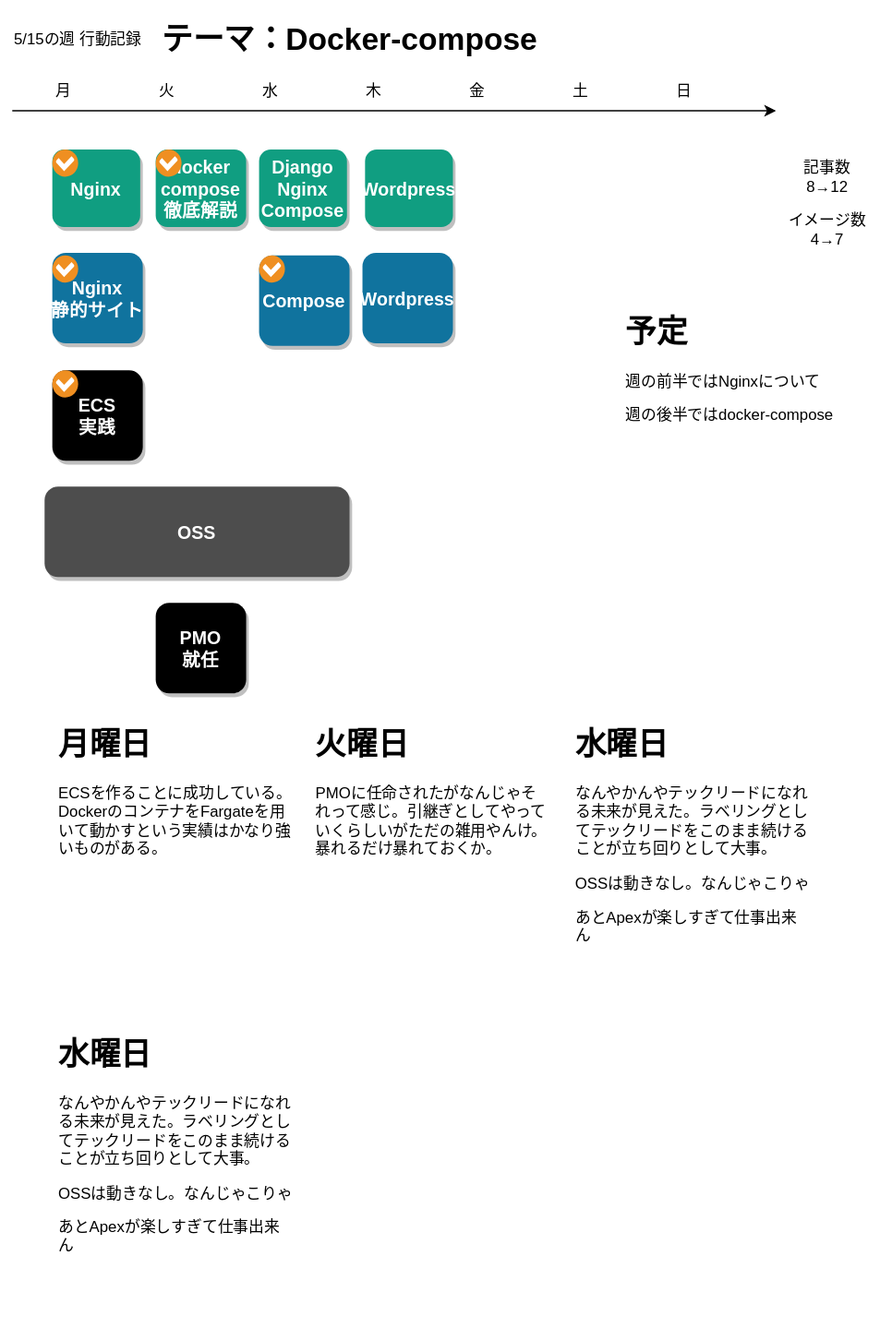
Before: 人生設計-20230515.drawio.svg, a diagram exported from draw.io (minegishirei/draw_v1). Source tidied: cells renumbered, new cells last; positions are measured from the earlier drawing's top-left corner, leaving out a move shared by most shapes. Its diagram source:
```xml
<mxGraphModel>
  <root>
    <mxCell id="0" />
    <mxCell id="1" parent="0" />
    <mxCell id="2" value="Nginx" style="rounded=1;fillColor=#109e81;strokeColor=none;shadow=1;gradientColor=none;fontStyle=1;fontColor=#FFFFFF;fontSize=14;" parent="1" vertex="1">
      <mxGeometry x="40" y="105" width="68" height="60" as="geometry" />
    </mxCell>
    <mxCell id="3" value="火" style="text;html=1;strokeColor=none;fillColor=none;align=center;verticalAlign=middle;whiteSpace=wrap;rounded=0;" parent="1" vertex="1">
      <mxGeometry x="99" y="45" width="60" height="30" as="geometry" />
    </mxCell>
    <mxCell id="4" value="水" style="text;html=1;strokeColor=none;fillColor=none;align=center;verticalAlign=middle;whiteSpace=wrap;rounded=0;" parent="1" vertex="1">
      <mxGeometry x="179" y="45" width="60" height="30" as="geometry" />
    </mxCell>
    <mxCell id="5" value="木" style="text;html=1;strokeColor=none;fillColor=none;align=center;verticalAlign=middle;whiteSpace=wrap;rounded=0;" parent="1" vertex="1">
      <mxGeometry x="259" y="45" width="60" height="30" as="geometry" />
    </mxCell>
    <mxCell id="6" value="金" style="text;html=1;strokeColor=none;fillColor=none;align=center;verticalAlign=middle;whiteSpace=wrap;rounded=0;" parent="1" vertex="1">
      <mxGeometry x="339" y="45" width="60" height="30" as="geometry" />
    </mxCell>
    <mxCell id="7" value="土" style="text;html=1;strokeColor=none;fillColor=none;align=center;verticalAlign=middle;whiteSpace=wrap;rounded=0;" parent="1" vertex="1">
      <mxGeometry x="419" y="45" width="60" height="30" as="geometry" />
    </mxCell>
    <mxCell id="8" value="日" style="text;html=1;strokeColor=none;fillColor=none;align=center;verticalAlign=middle;whiteSpace=wrap;rounded=0;" parent="1" vertex="1">
      <mxGeometry x="499" y="45" width="60" height="30" as="geometry" />
    </mxCell>
    <mxCell id="9" value="月" style="text;html=1;strokeColor=none;fillColor=none;align=center;verticalAlign=middle;whiteSpace=wrap;rounded=0;" parent="1" vertex="1">
      <mxGeometry x="19" y="45" width="60" height="30" as="geometry" />
    </mxCell>
    <mxCell id="10" style="endArrow=classic;html=1;rounded=0;" parent="1" edge="1">
      <mxGeometry relative="1" as="geometry">
        <mxPoint x="9" y="75" as="sourcePoint" />
        <mxPoint x="600" y="75" as="targetPoint" />
      </mxGeometry>
    </mxCell>
    <mxCell id="11" value="docker&#10;compose&#10;徹底解説" style="rounded=1;fillColor=#109e81;strokeColor=none;shadow=1;gradientColor=none;fontStyle=1;fontColor=#FFFFFF;fontSize=14;" parent="1" vertex="1">
      <mxGeometry x="120" y="105" width="70" height="60" as="geometry" />
    </mxCell>
    <mxCell id="12" value="Nginx&#10;静的サイト" style="rounded=1;fillColor=#10739E;strokeColor=none;shadow=1;gradientColor=none;fontStyle=1;fontColor=#FFFFFF;fontSize=14;" parent="1" vertex="1">
      <mxGeometry x="40" y="185" width="70" height="70" as="geometry" />
    </mxCell>
    <mxCell id="13" value="Django&#10;Nginx&#10;Compose" style="rounded=1;fillColor=#109e81;strokeColor=none;shadow=1;gradientColor=none;fontStyle=1;fontColor=#FFFFFF;fontSize=14;" parent="1" vertex="1">
      <mxGeometry x="200" y="105" width="68" height="60" as="geometry" />
    </mxCell>
    <mxCell id="14" value="ECS&#10;実践" style="rounded=1;fillColor=#000000;strokeColor=none;shadow=1;gradientColor=none;fontStyle=1;fontColor=#FFFFFF;fontSize=14;" parent="1" vertex="1">
      <mxGeometry x="40" y="276" width="70" height="70" as="geometry" />
    </mxCell>
    <mxCell id="15" value="5/15の週 行動記録" style="text;html=1;strokeColor=none;fillColor=none;align=center;verticalAlign=middle;whiteSpace=wrap;rounded=0;" parent="1" vertex="1">
      <mxGeometry y="5" width="120" height="30" as="geometry" />
    </mxCell>
    <mxCell id="16" value="&lt;h1&gt;予定&lt;/h1&gt;&lt;p&gt;週の前半ではNginxについて&lt;/p&gt;&lt;p&gt;週の後半ではdocker-compose&lt;/p&gt;" style="text;html=1;strokeColor=none;fillColor=none;spacing=5;spacingTop=-20;whiteSpace=wrap;overflow=hidden;rounded=0;" parent="1" vertex="1">
      <mxGeometry x="479" y="226.5" width="190" height="120" as="geometry" />
    </mxCell>
    <mxCell id="17" value="&lt;h1&gt;テーマ：Docker-compose&lt;/h1&gt;" style="text;html=1;strokeColor=none;fillColor=none;spacing=5;spacingTop=-20;whiteSpace=wrap;overflow=hidden;rounded=0;" parent="1" vertex="1">
      <mxGeometry x="120" width="480" height="40" as="geometry" />
    </mxCell>
    <mxCell id="18" value="Compose" style="rounded=1;fillColor=#10739E;strokeColor=none;shadow=1;gradientColor=none;fontStyle=1;fontColor=#FFFFFF;fontSize=14;" parent="1" vertex="1">
      <mxGeometry x="200" y="187" width="70" height="70" as="geometry" />
    </mxCell>
    <mxCell id="19" value="Wordpress" style="rounded=1;fillColor=#109e81;strokeColor=none;shadow=1;gradientColor=none;fontStyle=1;fontColor=#FFFFFF;fontSize=14;" parent="1" vertex="1">
      <mxGeometry x="282" y="105" width="68" height="60" as="geometry" />
    </mxCell>
    <mxCell id="20" value="Wordpress" style="rounded=1;fillColor=#10739E;strokeColor=none;shadow=1;gradientColor=none;fontStyle=1;fontColor=#FFFFFF;fontSize=14;" parent="1" vertex="1">
      <mxGeometry x="280" y="185" width="70" height="70" as="geometry" />
    </mxCell>
    <mxCell id="21" value="記事数&lt;br&gt;8→12" style="text;html=1;strokeColor=none;fillColor=none;align=center;verticalAlign=middle;whiteSpace=wrap;rounded=0;" parent="1" vertex="1">
      <mxGeometry x="600" y="105" width="80" height="41" as="geometry" />
    </mxCell>
    <mxCell id="22" value="イメージ数&lt;br&gt;4→7" style="text;html=1;strokeColor=none;fillColor=none;align=center;verticalAlign=middle;whiteSpace=wrap;rounded=0;" parent="1" vertex="1">
      <mxGeometry x="600" y="146" width="80" height="41" as="geometry" />
    </mxCell>
    <mxCell id="23" style="shadow=0;dashed=0;html=1;strokeColor=none;fillColor=#EF8F21;labelPosition=center;verticalLabelPosition=bottom;verticalAlign=top;align=center;shape=mxgraph.veeam.checked;" parent="1" vertex="1">
      <mxGeometry x="40" y="105" width="20" height="21" as="geometry" />
    </mxCell>
    <mxCell id="24" style="shadow=0;dashed=0;html=1;strokeColor=none;fillColor=#EF8F21;labelPosition=center;verticalLabelPosition=bottom;verticalAlign=top;align=center;shape=mxgraph.veeam.checked;" parent="1" vertex="1">
      <mxGeometry x="40" y="187" width="20" height="21" as="geometry" />
    </mxCell>
    <mxCell id="25" value="OSS" style="rounded=1;fillColor=#4D4D4D;strokeColor=none;shadow=1;gradientColor=none;fontStyle=1;fontColor=#FFFFFF;fontSize=14;" parent="1" vertex="1">
      <mxGeometry x="34" y="366" width="236" height="70" as="geometry" />
    </mxCell>
    <mxCell id="26" style="shadow=0;dashed=0;html=1;strokeColor=none;fillColor=#EF8F21;labelPosition=center;verticalLabelPosition=bottom;verticalAlign=top;align=center;shape=mxgraph.veeam.checked;" parent="1" vertex="1">
      <mxGeometry x="40" y="276" width="20" height="21" as="geometry" />
    </mxCell>
    <mxCell id="27" style="shadow=0;dashed=0;html=1;strokeColor=none;fillColor=#EF8F21;labelPosition=center;verticalLabelPosition=bottom;verticalAlign=top;align=center;shape=mxgraph.veeam.checked;" parent="1" vertex="1">
      <mxGeometry x="120" y="105" width="20" height="21" as="geometry" />
    </mxCell>
    <mxCell id="28" value="PMO&#10;就任" style="rounded=1;fillColor=#000000;strokeColor=none;shadow=1;gradientColor=none;fontStyle=1;fontColor=#FFFFFF;fontSize=14;" parent="1" vertex="1">
      <mxGeometry x="120" y="456" width="70" height="70" as="geometry" />
    </mxCell>
    <mxCell id="29" value="&lt;h1&gt;火曜日&lt;/h1&gt;&lt;p&gt;PMOに任命されたがなんじゃそれって感じ。引継ぎとしてやっていくらしいがただの雑用やんけ。暴れるだけ暴れておくか。&lt;/p&gt;" style="text;html=1;strokeColor=none;fillColor=none;spacing=5;spacingTop=-20;whiteSpace=wrap;overflow=hidden;rounded=0;" parent="1" vertex="1">
      <mxGeometry x="239" y="546" width="190" height="120" as="geometry" />
    </mxCell>
    <mxCell id="30" style="shadow=0;dashed=0;html=1;strokeColor=none;fillColor=#EF8F21;labelPosition=center;verticalLabelPosition=bottom;verticalAlign=top;align=center;shape=mxgraph.veeam.checked;" parent="1" vertex="1">
      <mxGeometry x="200" y="187" width="20" height="21" as="geometry" />
    </mxCell>
    <mxCell id="31" value="&lt;h1&gt;水曜日&lt;/h1&gt;&lt;p&gt;なんやかんやテックリードになれる未来が見えた。ラベリングとしてテックリードをこのまま続けることが立ち回りとして大事。&lt;/p&gt;&lt;p&gt;OSSは動きなし。なんじゃこりゃ&lt;/p&gt;&lt;p&gt;あとApexが楽しすぎて仕事出来ん&lt;/p&gt;" style="text;html=1;strokeColor=none;fillColor=none;spacing=5;spacingTop=-20;whiteSpace=wrap;overflow=hidden;rounded=0;" parent="1" vertex="1">
      <mxGeometry x="440" y="546" width="190" height="240" as="geometry" />
    </mxCell>
    <mxCell id="32" value="&lt;h1&gt;月曜日&lt;/h1&gt;&lt;p&gt;ECSを作ることに成功している。DockerのコンテナをFargateを用いて動かすという実績はかなり強いものがある。&lt;/p&gt;" style="text;html=1;strokeColor=none;fillColor=none;spacing=5;spacingTop=-20;whiteSpace=wrap;overflow=hidden;rounded=0;" parent="1" vertex="1">
      <mxGeometry x="40" y="546" width="190" height="120" as="geometry" />
    </mxCell>
    <mxCell id="33" value="&lt;h1&gt;水曜日&lt;/h1&gt;&lt;p&gt;なんやかんやテックリードになれる未来が見えた。ラベリングとしてテックリードをこのまま続けることが立ち回りとして大事。&lt;/p&gt;&lt;p&gt;OSSは動きなし。なんじゃこりゃ&lt;/p&gt;&lt;p&gt;あとApexが楽しすぎて仕事出来ん&lt;/p&gt;" style="text;html=1;strokeColor=none;fillColor=none;spacing=5;spacingTop=-20;whiteSpace=wrap;overflow=hidden;rounded=0;" parent="1" vertex="1">
      <mxGeometry x="40" y="786" width="190" height="240" as="geometry" />
    </mxCell>
  </root>
</mxGraphModel>
```
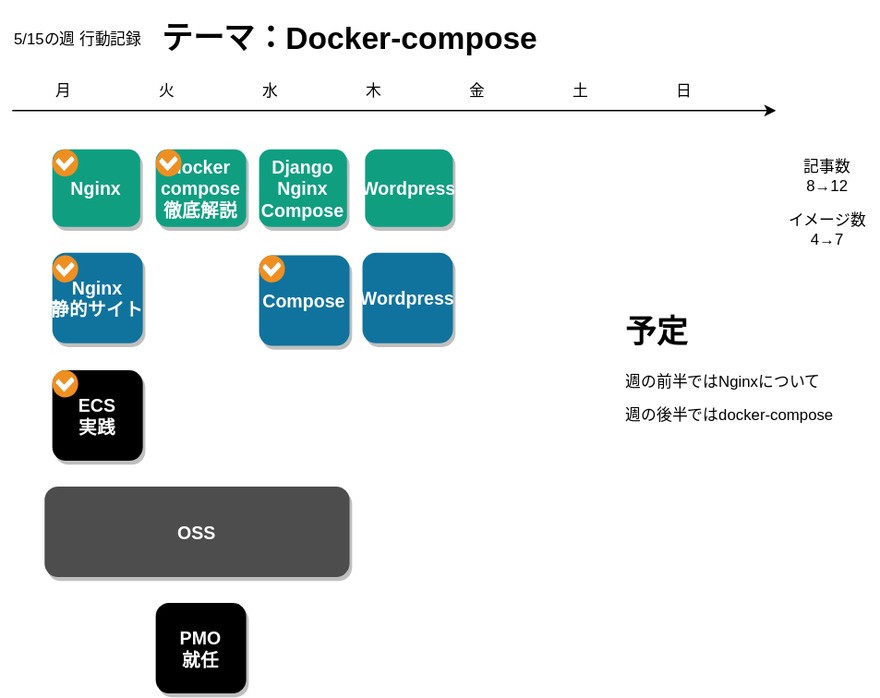
After the change.

Commit message:
人生設計-20230515.drawio.svg を追加しました。

What changed in the source:
```diff
@@ -86,20 +86,8 @@
     <mxCell id="28" value="PMO&#10;就任" style="rounded=1;fillColor=#000000;strokeColor=none;shadow=1;gradientColor=none;fontStyle=1;fontColor=#FFFFFF;fontSize=14;" parent="1" vertex="1">
       <mxGeometry x="120" y="456" width="70" height="70" as="geometry" />
     </mxCell>
-    <mxCell id="29" value="&lt;h1&gt;火曜日&lt;/h1&gt;&lt;p&gt;PMOに任命されたがなんじゃそれって感じ。引継ぎとしてやっていくらしいがただの雑用やんけ。暴れるだけ暴れておくか。&lt;/p&gt;" style="text;html=1;strokeColor=none;fillColor=none;spacing=5;spacingTop=-20;whiteSpace=wrap;overflow=hidden;rounded=0;" parent="1" vertex="1">
-      <mxGeometry x="239" y="546" width="190" height="120" as="geometry" />
-    </mxCell>
     <mxCell id="30" style="shadow=0;dashed=0;html=1;strokeColor=none;fillColor=#EF8F21;labelPosition=center;verticalLabelPosition=bottom;verticalAlign=top;align=center;shape=mxgraph.veeam.checked;" parent="1" vertex="1">
       <mxGeometry x="200" y="187" width="20" height="21" as="geometry" />
     </mxCell>
-    <mxCell id="31" value="&lt;h1&gt;水曜日&lt;/h1&gt;&lt;p&gt;なんやかんやテックリードになれる未来が見えた。ラベリングとしてテックリードをこのまま続けることが立ち回りとして大事。&lt;/p&gt;&lt;p&gt;OSSは動きなし。なんじゃこりゃ&lt;/p&gt;&lt;p&gt;あとApexが楽しすぎて仕事出来ん&lt;/p&gt;" style="text;html=1;strokeColor=none;fillColor=none;spacing=5;spacingTop=-20;whiteSpace=wrap;overflow=hidden;rounded=0;" parent="1" vertex="1">
-      <mxGeometry x="440" y="546" width="190" height="240" as="geometry" />
-    </mxCell>
-    <mxCell id="32" value="&lt;h1&gt;月曜日&lt;/h1&gt;&lt;p&gt;ECSを作ることに成功している。DockerのコンテナをFargateを用いて動かすという実績はかなり強いものがある。&lt;/p&gt;" style="text;html=1;strokeColor=none;fillColor=none;spacing=5;spacingTop=-20;whiteSpace=wrap;overflow=hidden;rounded=0;" parent="1" vertex="1">
-      <mxGeometry x="40" y="546" width="190" height="120" as="geometry" />
-    </mxCell>
-    <mxCell id="33" value="&lt;h1&gt;水曜日&lt;/h1&gt;&lt;p&gt;なんやかんやテックリードになれる未来が見えた。ラベリングとしてテックリードをこのまま続けることが立ち回りとして大事。&lt;/p&gt;&lt;p&gt;OSSは動きなし。なんじゃこりゃ&lt;/p&gt;&lt;p&gt;あとApexが楽しすぎて仕事出来ん&lt;/p&gt;" style="text;html=1;strokeColor=none;fillColor=none;spacing=5;spacingTop=-20;whiteSpace=wrap;overflow=hidden;rounded=0;" parent="1" vertex="1">
-      <mxGeometry x="40" y="786" width="190" height="240" as="geometry" />
-    </mxCell>
   </root>
 </mxGraphModel>
```
